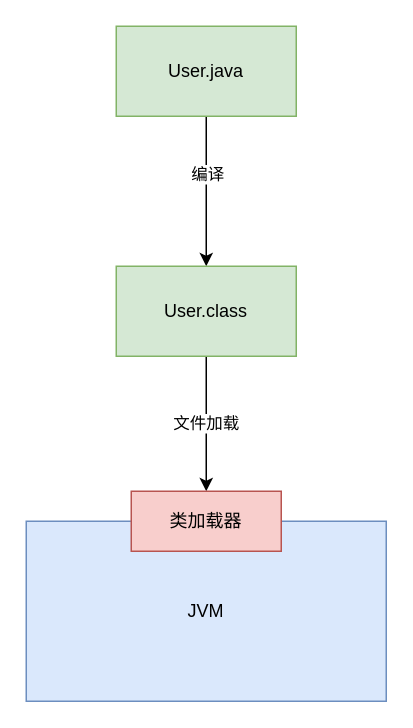
Before: 架构图例/其他图/java文件编译.drawio in childin/childin, a draw.io diagram. Source tidied: cells renumbered, new cells numbered last; positions are measured from the earlier drawing's top-left corner, leaving out a move shared by most shapes. Both pictures are drawn from the tidied source at 150%, with x=0, y=0 at pixel (26, 26).
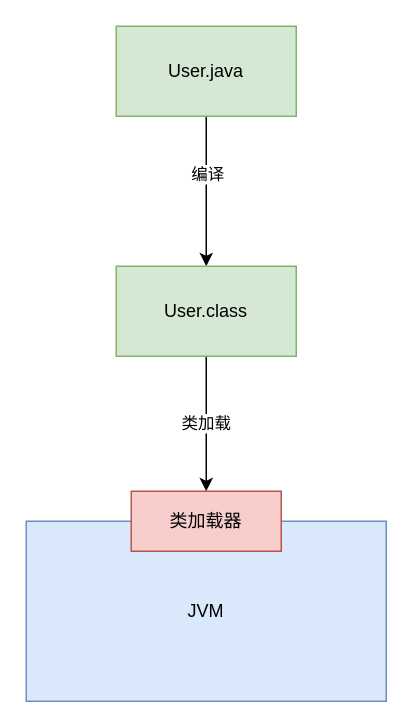
The same diagram, later.

The edit, as a diff of the source:
```diff
@@
 <mxGraphModel>
   <root>
     <mxCell id="0" />
     <mxCell id="1" parent="0" />
     <mxCell id="2" style="edgeStyle=orthogonalEdgeStyle;rounded=0;jettySize=auto;html=1;" parent="1" edge="1" source="4" target="6">
       <mxGeometry relative="1" as="geometry" />
     </mxCell>
     <mxCell id="3" value="编译" style="edgeLabel;html=1;align=center;verticalAlign=middle;" parent="2" vertex="1">
       <mxGeometry x="-0.24" relative="1" as="geometry" />
     </mxCell>
     <mxCell id="4" value="User.java" style="rounded=0;whiteSpace=wrap;html=1;fillColor=#d5e8d4;strokeColor=#82b366;" parent="1" vertex="1">
       <mxGeometry x="60" width="120" height="60" as="geometry" />
     </mxCell>
-    <mxCell id="5" value="文件加载" style="edgeStyle=orthogonalEdgeStyle;rounded=0;jettySize=auto;html=1;entryX=0.5;entryY=0;entryDx=0;entryDy=0;" parent="1" edge="1" source="6" target="8">
+    <mxCell id="5" value="类加载" style="edgeStyle=orthogonalEdgeStyle;rounded=0;jettySize=auto;html=1;entryX=0.5;entryY=0;entryDx=0;entryDy=0;" parent="1" edge="1" source="6" target="8">
       <mxGeometry relative="1" as="geometry" />
     </mxCell>
     <mxCell id="6" value="User.class" style="rounded=0;whiteSpace=wrap;html=1;fillColor=#d5e8d4;strokeColor=#82b366;" parent="1" vertex="1">
       <mxGeometry x="60" y="160" width="120" height="60" as="geometry" />
     </mxCell>
     <mxCell id="7" value="JVM" style="rounded=0;whiteSpace=wrap;html=1;fillColor=#dae8fc;strokeColor=#6c8ebf;" parent="1" vertex="1">
       <mxGeometry y="330" width="240" height="120" as="geometry" />
     </mxCell>
     <mxCell id="8" value="类加载器" style="rounded=0;whiteSpace=wrap;html=1;fillColor=#f8cecc;strokeColor=#b85450;" parent="1" vertex="1">
       <mxGeometry x="70" y="310" width="100" height="40" as="geometry" />
     </mxCell>
   </root>
 </mxGraphModel>
```
